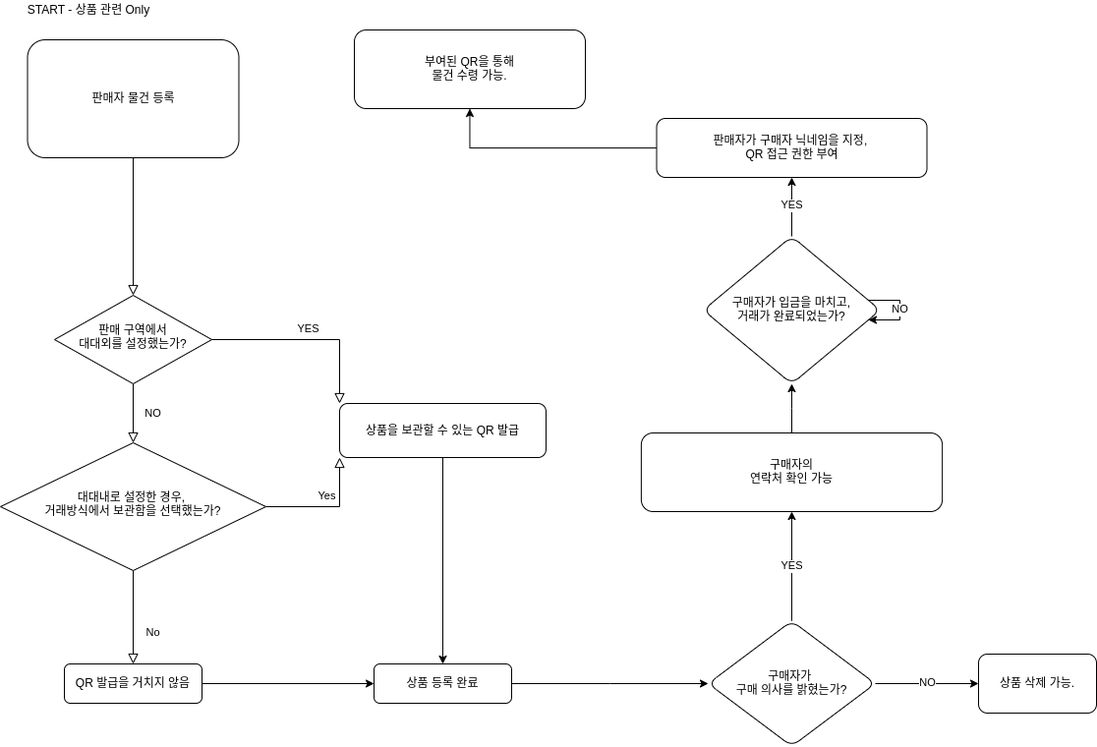
Earlier version of the draw.io export image/OSAM-WEB.png (osamhack2021/WEB_IOT_ComradeMarket_MiscThings). Source tidied: cells renumbered, new cells last; positions are measured from the earlier drawing's top-left corner, leaving out a move shared by most shapes. Source of this version:
```xml
<mxGraphModel>
  <root>
    <mxCell id="0" />
    <mxCell id="1" parent="0" />
    <mxCell id="2" style="rounded=0;html=1;jettySize=auto;fontSize=11;endArrow=block;endFill=0;endSize=8;strokeWidth=1;shadow=0;labelBackgroundColor=none;edgeStyle=orthogonalEdgeStyle;" parent="1" edge="1" source="3" target="6">
      <mxGeometry relative="1" as="geometry" />
    </mxCell>
    <mxCell id="3" value="판매자 물건 등록" style="rounded=1;whiteSpace=wrap;html=1;fontSize=12;glass=0;strokeWidth=1;shadow=0;" parent="1" vertex="1">
      <mxGeometry x="27.5" y="40" width="215" height="120" as="geometry" />
    </mxCell>
    <mxCell id="4" value="NO" style="rounded=0;html=1;jettySize=auto;fontSize=11;endArrow=block;endFill=0;endSize=8;strokeWidth=1;shadow=0;labelBackgroundColor=none;edgeStyle=orthogonalEdgeStyle;" parent="1" edge="1" source="6" target="9">
      <mxGeometry y="20" relative="1" as="geometry" />
    </mxCell>
    <mxCell id="5" value="YES" style="edgeStyle=orthogonalEdgeStyle;rounded=0;html=1;jettySize=auto;fontSize=11;endArrow=block;endFill=0;endSize=8;strokeWidth=1;shadow=0;labelBackgroundColor=none;entryX=0;entryY=0;entryDx=0;entryDy=0;" parent="1" edge="1" source="6" target="13">
      <mxGeometry y="10" relative="1" as="geometry" />
    </mxCell>
    <mxCell id="6" value="판매 구역에서&lt;br&gt;대대외를 설정했는가?" style="rhombus;whiteSpace=wrap;html=1;shadow=0;fontFamily=Helvetica;fontSize=12;align=center;strokeWidth=1;spacing=6;spacingTop=-4;" parent="1" vertex="1">
      <mxGeometry x="55" y="300" width="160" height="90" as="geometry" />
    </mxCell>
    <mxCell id="7" value="No" style="rounded=0;html=1;jettySize=auto;fontSize=11;endArrow=block;endFill=0;endSize=8;strokeWidth=1;shadow=0;labelBackgroundColor=none;edgeStyle=orthogonalEdgeStyle;" parent="1" edge="1" source="9" target="11">
      <mxGeometry x="0.33" y="20" relative="1" as="geometry" />
    </mxCell>
    <mxCell id="8" value="Yes" style="edgeStyle=orthogonalEdgeStyle;rounded=0;html=1;jettySize=auto;fontSize=11;endArrow=block;endFill=0;endSize=8;strokeWidth=1;shadow=0;labelBackgroundColor=none;entryX=0;entryY=1;entryDx=0;entryDy=0;" parent="1" edge="1" source="9" target="13">
      <mxGeometry y="10" relative="1" as="geometry" />
    </mxCell>
    <mxCell id="9" value="대대내로 설정한 경우, &lt;br&gt;거래방식에서 보관함을 선택했는가?" style="rhombus;whiteSpace=wrap;html=1;shadow=0;fontFamily=Helvetica;fontSize=12;align=center;strokeWidth=1;spacing=6;spacingTop=-4;" parent="1" vertex="1">
      <mxGeometry y="450" width="270" height="130" as="geometry" />
    </mxCell>
    <mxCell id="10" style="edgeStyle=orthogonalEdgeStyle;rounded=0;jettySize=auto;html=1;entryX=0;entryY=0.5;entryDx=0;entryDy=0;" parent="1" edge="1" source="11" target="16">
      <mxGeometry relative="1" as="geometry" />
    </mxCell>
    <mxCell id="11" value="QR 발급을 거치지 않음" style="rounded=1;whiteSpace=wrap;html=1;fontSize=12;glass=0;strokeWidth=1;shadow=0;" parent="1" vertex="1">
      <mxGeometry x="65" y="675" width="140" height="40" as="geometry" />
    </mxCell>
    <mxCell id="12" style="edgeStyle=orthogonalEdgeStyle;rounded=0;jettySize=auto;html=1;" parent="1" edge="1" source="13" target="16">
      <mxGeometry relative="1" as="geometry" />
    </mxCell>
    <mxCell id="13" value="상품을 보관할 수 있는 QR 발급" style="rounded=1;whiteSpace=wrap;html=1;fontSize=12;glass=0;strokeWidth=1;shadow=0;" parent="1" vertex="1">
      <mxGeometry x="345" y="410" width="210" height="55" as="geometry" />
    </mxCell>
    <mxCell id="14" value="START - 상품 관련 Only" style="text;html=1;strokeColor=none;fillColor=none;align=center;verticalAlign=middle;whiteSpace=wrap;rounded=0;" parent="1" vertex="1">
      <mxGeometry x="10" width="160" height="20" as="geometry" />
    </mxCell>
    <mxCell id="15" style="edgeStyle=orthogonalEdgeStyle;rounded=0;jettySize=auto;html=1;" parent="1" edge="1" source="16" target="19">
      <mxGeometry relative="1" as="geometry" />
    </mxCell>
    <mxCell id="16" value="상품 등록 완료" style="rounded=1;whiteSpace=wrap;html=1;fontSize=12;glass=0;strokeWidth=1;shadow=0;" parent="1" vertex="1">
      <mxGeometry x="380" y="675" width="140" height="40" as="geometry" />
    </mxCell>
    <mxCell id="17" value="YES" style="edgeStyle=orthogonalEdgeStyle;rounded=0;jettySize=auto;html=1;entryX=0.5;entryY=1;entryDx=0;entryDy=0;" parent="1" edge="1" source="19" target="22">
      <mxGeometry relative="1" as="geometry" />
    </mxCell>
    <mxCell id="18" value="NO" style="edgeStyle=orthogonalEdgeStyle;rounded=0;jettySize=auto;html=1;" parent="1" edge="1" source="19" target="20">
      <mxGeometry relative="1" as="geometry" />
    </mxCell>
    <mxCell id="19" value="구매자가&amp;nbsp;&lt;br&gt;구매 의사를 밝혔는가?" style="rhombus;whiteSpace=wrap;html=1;rounded=1;shadow=0;strokeWidth=1;glass=0;" parent="1" vertex="1">
      <mxGeometry x="720" y="631.2" width="170" height="127.5" as="geometry" />
    </mxCell>
    <mxCell id="20" value="상품 삭제 가능." style="whiteSpace=wrap;html=1;rounded=1;shadow=0;strokeWidth=1;glass=0;" parent="1" vertex="1">
      <mxGeometry x="995" y="665" width="120" height="60" as="geometry" />
    </mxCell>
    <mxCell id="21" style="edgeStyle=orthogonalEdgeStyle;rounded=0;jettySize=auto;html=1;" parent="1" edge="1" source="22" target="24">
      <mxGeometry relative="1" as="geometry" />
    </mxCell>
    <mxCell id="22" value="구매자의&lt;br&gt;연락처 확인 가능" style="whiteSpace=wrap;html=1;rounded=1;shadow=0;strokeWidth=1;glass=0;" parent="1" vertex="1">
      <mxGeometry x="651.9" y="440" width="306.2" height="80" as="geometry" />
    </mxCell>
    <mxCell id="23" value="YES" style="edgeStyle=orthogonalEdgeStyle;rounded=0;jettySize=auto;html=1;" parent="1" edge="1" source="24" target="26">
      <mxGeometry relative="1" as="geometry" />
    </mxCell>
    <mxCell id="24" value="구매자가 입금을 마치고,&lt;br&gt;거래가 완료되었는가?" style="rhombus;whiteSpace=wrap;html=1;rounded=1;shadow=0;strokeWidth=1;glass=0;" parent="1" vertex="1">
      <mxGeometry x="715" y="240" width="180" height="150" as="geometry" />
    </mxCell>
    <mxCell id="25" style="edgeStyle=orthogonalEdgeStyle;rounded=0;jettySize=auto;html=1;" parent="1" edge="1" source="26" target="28">
      <mxGeometry relative="1" as="geometry" />
    </mxCell>
    <mxCell id="26" value="판매자가 구매자 닉네임을 지정, &lt;br&gt;QR 접근 권한 부여" style="whiteSpace=wrap;html=1;rounded=1;shadow=0;strokeWidth=1;glass=0;" parent="1" vertex="1">
      <mxGeometry x="667.5" y="120" width="275" height="60" as="geometry" />
    </mxCell>
    <mxCell id="27" value="NO" style="edgeStyle=orthogonalEdgeStyle;rounded=0;orthogonalLoop=1;jettySize=auto;html=1;" parent="1" edge="1" source="24" target="24">
      <mxGeometry relative="1" as="geometry" />
    </mxCell>
    <mxCell id="28" value="부여된 QR을 통해&lt;br&gt;물건 수령 가능." style="whiteSpace=wrap;html=1;rounded=1;shadow=0;strokeWidth=1;glass=0;" parent="1" vertex="1">
      <mxGeometry x="360" y="30" width="235" height="80" as="geometry" />
    </mxCell>
  </root>
</mxGraphModel>
```
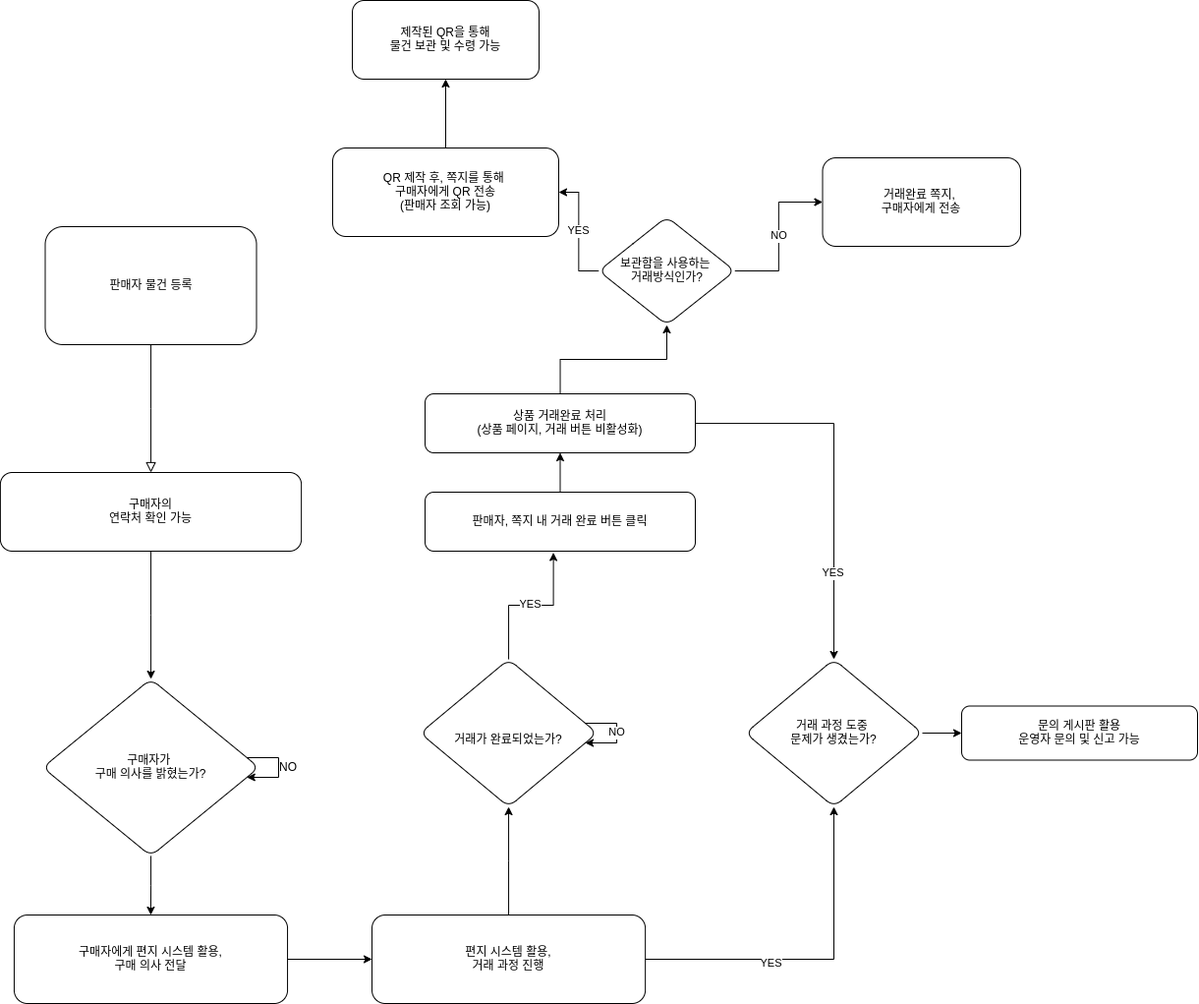
The same file after the commit.

Change to the diagram source:
```diff
@@ -2,86 +2,104 @@
   <root>
     <mxCell id="0" />
     <mxCell id="1" parent="0" />
-    <mxCell id="2" style="rounded=0;html=1;jettySize=auto;fontSize=11;endArrow=block;endFill=0;endSize=8;strokeWidth=1;shadow=0;labelBackgroundColor=none;edgeStyle=orthogonalEdgeStyle;" parent="1" edge="1" source="3" target="6">
+    <mxCell id="2" style="rounded=0;html=1;jettySize=auto;fontSize=11;endArrow=block;endFill=0;endSize=8;strokeWidth=1;shadow=0;labelBackgroundColor=none;edgeStyle=orthogonalEdgeStyle;" parent="1" edge="1" source="3" target="22">
       <mxGeometry relative="1" as="geometry" />
     </mxCell>
     <mxCell id="3" value="판매자 물건 등록" style="rounded=1;whiteSpace=wrap;html=1;fontSize=12;glass=0;strokeWidth=1;shadow=0;" parent="1" vertex="1">
-      <mxGeometry x="27.5" y="40" width="215" height="120" as="geometry" />
+      <mxGeometry x="27.5" y="-60" width="215" height="120" as="geometry" />
     </mxCell>
-    <mxCell id="4" value="NO" style="rounded=0;html=1;jettySize=auto;fontSize=11;endArrow=block;endFill=0;endSize=8;strokeWidth=1;shadow=0;labelBackgroundColor=none;edgeStyle=orthogonalEdgeStyle;" parent="1" edge="1" source="6" target="9">
-      <mxGeometry y="20" relative="1" as="geometry" />
-    </mxCell>
-    <mxCell id="5" value="YES" style="edgeStyle=orthogonalEdgeStyle;rounded=0;html=1;jettySize=auto;fontSize=11;endArrow=block;endFill=0;endSize=8;strokeWidth=1;shadow=0;labelBackgroundColor=none;entryX=0;entryY=0;entryDx=0;entryDy=0;" parent="1" edge="1" source="6" target="13">
-      <mxGeometry y="10" relative="1" as="geometry" />
-    </mxCell>
-    <mxCell id="6" value="판매 구역에서&lt;br&gt;대대외를 설정했는가?" style="rhombus;whiteSpace=wrap;html=1;shadow=0;fontFamily=Helvetica;fontSize=12;align=center;strokeWidth=1;spacing=6;spacingTop=-4;" parent="1" vertex="1">
-      <mxGeometry x="55" y="300" width="160" height="90" as="geometry" />
-    </mxCell>
-    <mxCell id="7" value="No" style="rounded=0;html=1;jettySize=auto;fontSize=11;endArrow=block;endFill=0;endSize=8;strokeWidth=1;shadow=0;labelBackgroundColor=none;edgeStyle=orthogonalEdgeStyle;" parent="1" edge="1" source="9" target="11">
-      <mxGeometry x="0.33" y="20" relative="1" as="geometry" />
-    </mxCell>
-    <mxCell id="8" value="Yes" style="edgeStyle=orthogonalEdgeStyle;rounded=0;html=1;jettySize=auto;fontSize=11;endArrow=block;endFill=0;endSize=8;strokeWidth=1;shadow=0;labelBackgroundColor=none;entryX=0;entryY=1;entryDx=0;entryDy=0;" parent="1" edge="1" source="9" target="13">
-      <mxGeometry y="10" relative="1" as="geometry" />
-    </mxCell>
-    <mxCell id="9" value="대대내로 설정한 경우, &lt;br&gt;거래방식에서 보관함을 선택했는가?" style="rhombus;whiteSpace=wrap;html=1;shadow=0;fontFamily=Helvetica;fontSize=12;align=center;strokeWidth=1;spacing=6;spacingTop=-4;" parent="1" vertex="1">
-      <mxGeometry y="450" width="270" height="130" as="geometry" />
-    </mxCell>
-    <mxCell id="10" style="edgeStyle=orthogonalEdgeStyle;rounded=0;jettySize=auto;html=1;entryX=0;entryY=0.5;entryDx=0;entryDy=0;" parent="1" edge="1" source="11" target="16">
-      <mxGeometry relative="1" as="geometry" />
-    </mxCell>
-    <mxCell id="11" value="QR 발급을 거치지 않음" style="rounded=1;whiteSpace=wrap;html=1;fontSize=12;glass=0;strokeWidth=1;shadow=0;" parent="1" vertex="1">
-      <mxGeometry x="65" y="675" width="140" height="40" as="geometry" />
-    </mxCell>
-    <mxCell id="12" style="edgeStyle=orthogonalEdgeStyle;rounded=0;jettySize=auto;html=1;" parent="1" edge="1" source="13" target="16">
-      <mxGeometry relative="1" as="geometry" />
-    </mxCell>
-    <mxCell id="13" value="상품을 보관할 수 있는 QR 발급" style="rounded=1;whiteSpace=wrap;html=1;fontSize=12;glass=0;strokeWidth=1;shadow=0;" parent="1" vertex="1">
-      <mxGeometry x="345" y="410" width="210" height="55" as="geometry" />
-    </mxCell>
-    <mxCell id="14" value="START - 상품 관련 Only" style="text;html=1;strokeColor=none;fillColor=none;align=center;verticalAlign=middle;whiteSpace=wrap;rounded=0;" parent="1" vertex="1">
-      <mxGeometry x="10" width="160" height="20" as="geometry" />
-    </mxCell>
-    <mxCell id="15" style="edgeStyle=orthogonalEdgeStyle;rounded=0;jettySize=auto;html=1;" parent="1" edge="1" source="16" target="19">
-      <mxGeometry relative="1" as="geometry" />
-    </mxCell>
-    <mxCell id="16" value="상품 등록 완료" style="rounded=1;whiteSpace=wrap;html=1;fontSize=12;glass=0;strokeWidth=1;shadow=0;" parent="1" vertex="1">
-      <mxGeometry x="380" y="675" width="140" height="40" as="geometry" />
-    </mxCell>
-    <mxCell id="17" value="YES" style="edgeStyle=orthogonalEdgeStyle;rounded=0;jettySize=auto;html=1;entryX=0.5;entryY=1;entryDx=0;entryDy=0;" parent="1" edge="1" source="19" target="22">
-      <mxGeometry relative="1" as="geometry" />
-    </mxCell>
-    <mxCell id="18" value="NO" style="edgeStyle=orthogonalEdgeStyle;rounded=0;jettySize=auto;html=1;" parent="1" edge="1" source="19" target="20">
-      <mxGeometry relative="1" as="geometry" />
-    </mxCell>
+    <mxCell id="29" style="edgeStyle=orthogonalEdgeStyle;rounded=0;jettySize=auto;html=1;" parent="1" edge="1" source="19" target="35">
+      <mxGeometry relative="1" as="geometry" />
+    </mxCell>
     <mxCell id="19" value="구매자가&amp;nbsp;&lt;br&gt;구매 의사를 밝혔는가?" style="rhombus;whiteSpace=wrap;html=1;rounded=1;shadow=0;strokeWidth=1;glass=0;" parent="1" vertex="1">
-      <mxGeometry x="720" y="631.2" width="170" height="127.5" as="geometry" />
+      <mxGeometry x="25" y="400" width="220" height="180" as="geometry" />
     </mxCell>
-    <mxCell id="20" value="상품 삭제 가능." style="whiteSpace=wrap;html=1;rounded=1;shadow=0;strokeWidth=1;glass=0;" parent="1" vertex="1">
-      <mxGeometry x="995" y="665" width="120" height="60" as="geometry" />
-    </mxCell>
-    <mxCell id="21" style="edgeStyle=orthogonalEdgeStyle;rounded=0;jettySize=auto;html=1;" parent="1" edge="1" source="22" target="24">
-      <mxGeometry relative="1" as="geometry" />
-    </mxCell>
+    <mxCell id="30" style="edgeStyle=orthogonalEdgeStyle;rounded=0;jettySize=auto;html=1;" parent="1" edge="1" source="22" target="19">
+      <mxGeometry relative="1" as="geometry" />
+    </mxCell>
     <mxCell id="22" value="구매자의&lt;br&gt;연락처 확인 가능" style="whiteSpace=wrap;html=1;rounded=1;shadow=0;strokeWidth=1;glass=0;" parent="1" vertex="1">
-      <mxGeometry x="651.9" y="440" width="306.2" height="80" as="geometry" />
+      <mxGeometry x="-18.1" y="190" width="306.2" height="80" as="geometry" />
     </mxCell>
-    <mxCell id="23" value="YES" style="edgeStyle=orthogonalEdgeStyle;rounded=0;jettySize=auto;html=1;" parent="1" edge="1" source="24" target="26">
+    <mxCell id="23" value="YES" style="edgeStyle=orthogonalEdgeStyle;rounded=0;jettySize=auto;html=1;entryX=0.475;entryY=1.025;entryDx=0;entryDy=0;entryPerimeter=0;" parent="1" edge="1" source="24" target="45">
       <mxGeometry relative="1" as="geometry" />
     </mxCell>
-    <mxCell id="24" value="구매자가 입금을 마치고,&lt;br&gt;거래가 완료되었는가?" style="rhombus;whiteSpace=wrap;html=1;rounded=1;shadow=0;strokeWidth=1;glass=0;" parent="1" vertex="1">
-      <mxGeometry x="715" y="240" width="180" height="150" as="geometry" />
+    <mxCell id="24" value="&lt;br&gt;거래가 완료되었는가?" style="rhombus;whiteSpace=wrap;html=1;rounded=1;shadow=0;strokeWidth=1;glass=0;" parent="1" vertex="1">
+      <mxGeometry x="409.1" y="380" width="180" height="150" as="geometry" />
     </mxCell>
-    <mxCell id="25" style="edgeStyle=orthogonalEdgeStyle;rounded=0;jettySize=auto;html=1;" parent="1" edge="1" source="26" target="28">
-      <mxGeometry relative="1" as="geometry" />
-    </mxCell>
+    <mxCell id="31" style="edgeStyle=orthogonalEdgeStyle;rounded=0;jettySize=auto;html=1;" parent="1" edge="1" source="26" target="42">
+      <mxGeometry relative="1" as="geometry" />
+    </mxCell>
+    <mxCell id="32" value="YES" style="edgeLabel;html=1;align=center;verticalAlign=middle;" parent="31" vertex="1">
+      <mxGeometry x="0.54" y="-2" relative="1" as="geometry" />
+    </mxCell>
+    <mxCell id="33" style="edgeStyle=orthogonalEdgeStyle;rounded=0;jettySize=auto;html=1;" parent="1" edge="1" source="26" target="47">
+      <mxGeometry relative="1" as="geometry" />
+    </mxCell>
-    <mxCell id="26" value="판매자가 구매자 닉네임을 지정, &lt;br&gt;QR 접근 권한 부여" style="whiteSpace=wrap;html=1;rounded=1;shadow=0;strokeWidth=1;glass=0;" parent="1" vertex="1">
-      <mxGeometry x="667.5" y="120" width="275" height="60" as="geometry" />
+    <mxCell id="26" value="상품 거래완료 처리&lt;br&gt;(상품 페이지, 거래 버튼 비활성화)" style="whiteSpace=wrap;html=1;rounded=1;shadow=0;strokeWidth=1;glass=0;" parent="1" vertex="1">
+      <mxGeometry x="414" y="110" width="275" height="60" as="geometry" />
     </mxCell>
     <mxCell id="27" value="NO" style="edgeStyle=orthogonalEdgeStyle;rounded=0;orthogonalLoop=1;jettySize=auto;html=1;" parent="1" edge="1" source="24" target="24">
       <mxGeometry relative="1" as="geometry" />
     </mxCell>
-    <mxCell id="28" value="부여된 QR을 통해&lt;br&gt;물건 수령 가능." style="whiteSpace=wrap;html=1;rounded=1;shadow=0;strokeWidth=1;glass=0;" parent="1" vertex="1">
-      <mxGeometry x="360" y="30" width="235" height="80" as="geometry" />
+    <mxCell id="28" value="제작된 QR을 통해&lt;br&gt;물건 보관 및 수령 가능" style="whiteSpace=wrap;html=1;rounded=1;shadow=0;strokeWidth=1;glass=0;" parent="1" vertex="1">
+      <mxGeometry x="340" y="-290" width="190" height="80" as="geometry" />
     </mxCell>
+    <mxCell id="34" style="edgeStyle=orthogonalEdgeStyle;rounded=0;jettySize=auto;html=1;" parent="1" edge="1" source="35" target="40">
+      <mxGeometry relative="1" as="geometry" />
+    </mxCell>
+    <mxCell id="35" value="구매자에게 편지 시스템 활용,&lt;br&gt;구매 의사 전달" style="whiteSpace=wrap;html=1;rounded=1;shadow=0;strokeWidth=1;glass=0;" parent="1" vertex="1">
+      <mxGeometry x="-4.1" y="640" width="278.1" height="90" as="geometry" />
+    </mxCell>
+    <mxCell id="4" value="NO" style="text;html=1;strokeColor=none;fillColor=none;align=center;verticalAlign=middle;whiteSpace=wrap;rounded=0;" parent="1" vertex="1">
+      <mxGeometry x="245" y="475" width="60" height="30" as="geometry" />
+    </mxCell>
+    <mxCell id="36" style="edgeStyle=orthogonalEdgeStyle;rounded=0;orthogonalLoop=1;jettySize=auto;html=1;" parent="1" edge="1" source="19" target="19">
+      <mxGeometry relative="1" as="geometry" />
+    </mxCell>
+    <mxCell id="37" style="edgeStyle=orthogonalEdgeStyle;rounded=0;jettySize=auto;html=1;" parent="1" edge="1" source="40" target="24">
+      <mxGeometry relative="1" as="geometry" />
+    </mxCell>
+    <mxCell id="38" style="edgeStyle=orthogonalEdgeStyle;rounded=0;jettySize=auto;html=1;" parent="1" edge="1" source="40" target="42">
+      <mxGeometry relative="1" as="geometry" />
+    </mxCell>
+    <mxCell id="39" value="YES" style="edgeLabel;html=1;align=center;verticalAlign=middle;" parent="38" vertex="1">
+      <mxGeometry x="-0.27" y="-4" relative="1" as="geometry" />
+    </mxCell>
+    <mxCell id="40" value="편지 시스템 활용,&lt;br&gt;거래 과정 진행" style="whiteSpace=wrap;html=1;rounded=1;shadow=0;strokeWidth=1;glass=0;" parent="1" vertex="1">
+      <mxGeometry x="360" y="640" width="278.1" height="90" as="geometry" />
+    </mxCell>
+    <mxCell id="41" style="edgeStyle=orthogonalEdgeStyle;rounded=0;jettySize=auto;html=1;" parent="1" edge="1" source="42" target="43">
+      <mxGeometry relative="1" as="geometry" />
+    </mxCell>
+    <mxCell id="42" value="거래 과정 도중&amp;nbsp;&lt;br&gt;문제가 생겼는가?" style="rhombus;whiteSpace=wrap;html=1;rounded=1;shadow=0;strokeWidth=1;glass=0;" parent="1" vertex="1">
+      <mxGeometry x="740" y="380" width="180" height="150" as="geometry" />
+    </mxCell>
+    <mxCell id="43" value="문의 게시판 활용&lt;br&gt;운영자 문의 및 신고 가능" style="whiteSpace=wrap;html=1;rounded=1;shadow=0;strokeWidth=1;glass=0;" parent="1" vertex="1">
+      <mxGeometry x="960" y="427.5" width="240" height="55" as="geometry" />
+    </mxCell>
+    <mxCell id="44" style="edgeStyle=orthogonalEdgeStyle;rounded=0;jettySize=auto;html=1;" parent="1" edge="1" source="45" target="26">
+      <mxGeometry relative="1" as="geometry" />
+    </mxCell>
+    <mxCell id="45" value="판매자, 쪽지 내 거래 완료 버튼 클릭" style="whiteSpace=wrap;html=1;rounded=1;shadow=0;strokeWidth=1;glass=0;" parent="1" vertex="1">
+      <mxGeometry x="414" y="210" width="275" height="60" as="geometry" />
+    </mxCell>
+    <mxCell id="46" value="YES" style="edgeStyle=orthogonalEdgeStyle;rounded=0;jettySize=auto;html=1;" parent="1" edge="1" source="47" target="49">
+      <mxGeometry relative="1" as="geometry" />
+    </mxCell>
+    <mxCell id="18" value="NO" style="edgeStyle=orthogonalEdgeStyle;rounded=0;jettySize=auto;html=1;" parent="1" edge="1" source="47" target="50">
+      <mxGeometry relative="1" as="geometry" />
+    </mxCell>
+    <mxCell id="47" value="보관함을 사용하는&amp;nbsp;&lt;br&gt;거래방식인가?" style="rhombus;whiteSpace=wrap;html=1;rounded=1;shadow=0;strokeWidth=1;glass=0;" parent="1" vertex="1">
+      <mxGeometry x="590.8" y="-70" width="138.5" height="110" as="geometry" />
+    </mxCell>
+    <mxCell id="48" style="edgeStyle=orthogonalEdgeStyle;rounded=0;jettySize=auto;html=1;" parent="1" edge="1" source="49" target="28">
+      <mxGeometry relative="1" as="geometry" />
+    </mxCell>
+    <mxCell id="49" value="&lt;span&gt;QR 제작 후, 쪽지를 통해 &lt;br&gt;구매자에게 QR 전송&lt;/span&gt;&lt;br&gt;&lt;span&gt;(판매자 조회 가능)&lt;/span&gt;" style="whiteSpace=wrap;html=1;rounded=1;shadow=0;strokeWidth=1;glass=0;" parent="1" vertex="1">
+      <mxGeometry x="320" y="-140" width="230" height="90" as="geometry" />
+    </mxCell>
+    <mxCell id="50" value="거래완료 쪽지, &lt;br&gt;구매자에게 전송" style="whiteSpace=wrap;html=1;rounded=1;shadow=0;strokeWidth=1;glass=0;" parent="1" vertex="1">
+      <mxGeometry x="818.5" y="-130" width="201.5" height="90" as="geometry" />
+    </mxCell>
   </root>
 </mxGraphModel>
```
